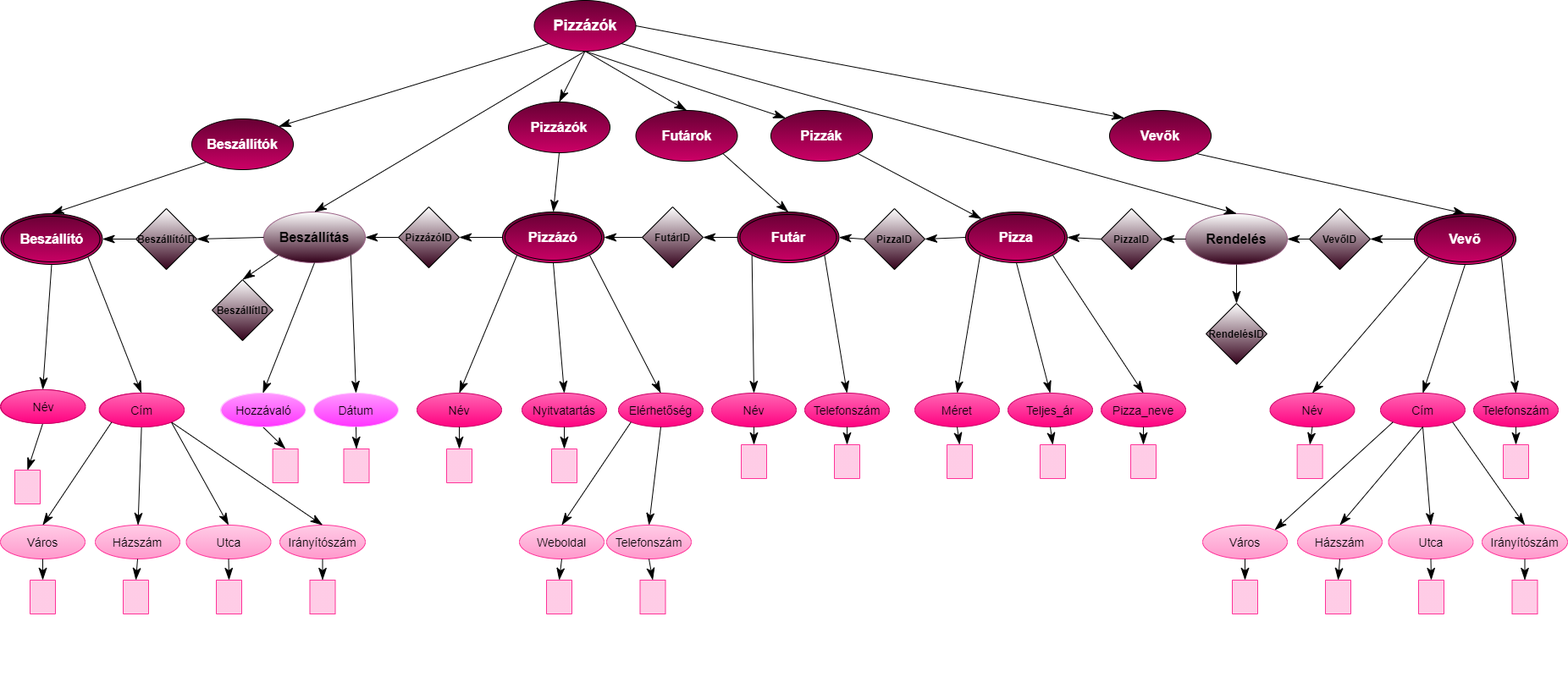
zsirosnikolett/MOIZHL_XMLGyak keeps this draw.io diagram as XMLTaskMOIZHL/XDMmoizhl_ver2.png. Above is the earlier version. Source tidied: cells renumbered, new cells last; positions are measured from the earlier drawing's top-left corner, leaving out a move shared by most shapes.
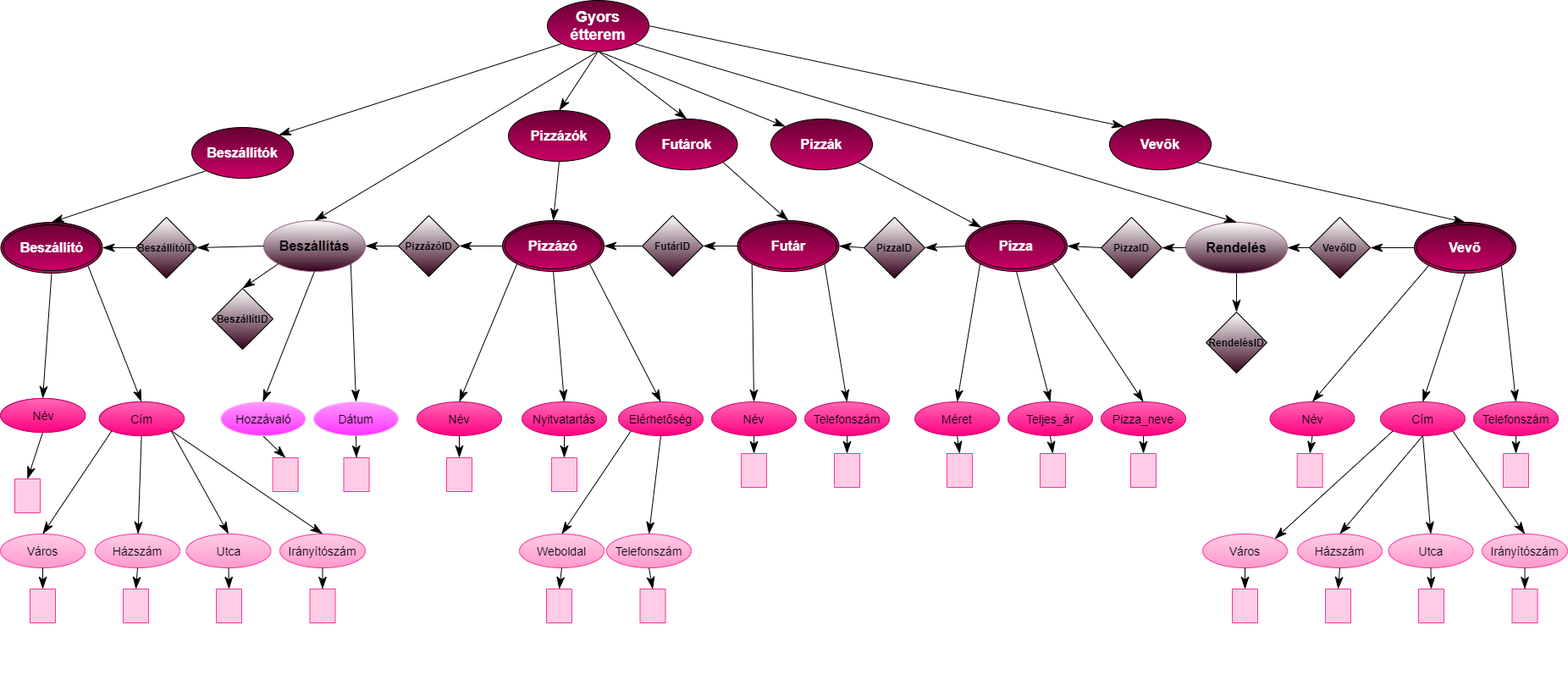
Later version of the same file.

What changed in the source:
```diff
@@ -68,8 +68,8 @@
     <mxCell id="22" value="&lt;b&gt;FutárID&lt;/b&gt;" style="rhombus;whiteSpace=wrap;html=1;rounded=0;shadow=0;strokeColor=default;fillColor=#FFFFFF;gradientDirection=south;gradientColor=#33001A;" parent="1" vertex="1">
       <mxGeometry x="758" y="244" width="72" height="72" as="geometry" />
     </mxCell>
-    <mxCell id="23" value="&lt;b style=&quot;font-size: 18px&quot;&gt;&lt;font color=&quot;#ffffff&quot; style=&quot;font-size: 18px&quot;&gt;Pizzázók&lt;/font&gt;&lt;/b&gt;" style="ellipse;whiteSpace=wrap;html=1;align=center;rounded=0;shadow=0;fillColor=#660033;gradientColor=#CC0066;gradientDirection=south;fontSize=18;" parent="1" vertex="1">
-      <mxGeometry x="630.5" width="120" height="60" as="geometry" />
+    <mxCell id="23" value="&lt;b style=&quot;font-size: 18px&quot;&gt;&lt;font color=&quot;#ffffff&quot; style=&quot;font-size: 18px&quot;&gt;Gyors étterem&lt;/font&gt;&lt;/b&gt;" style="ellipse;whiteSpace=wrap;html=1;align=center;rounded=0;shadow=0;fillColor=#660033;gradientColor=#CC0066;gradientDirection=south;fontSize=18;" parent="1" vertex="1">
+      <mxGeometry x="646" y="-10" width="120" height="60" as="geometry" />
     </mxCell>
     <mxCell id="24" style="endArrow=classicThin;endFill=1;endSize=12;html=1;rounded=0;fontColor=#000000;exitX=0;exitY=1;exitDx=0;exitDy=0;strokeWidth=1;entryX=1;entryY=0;entryDx=0;entryDy=0;" parent="1" edge="1" source="23" target="133">
       <mxGeometry relative="1" as="geometry" />
```
